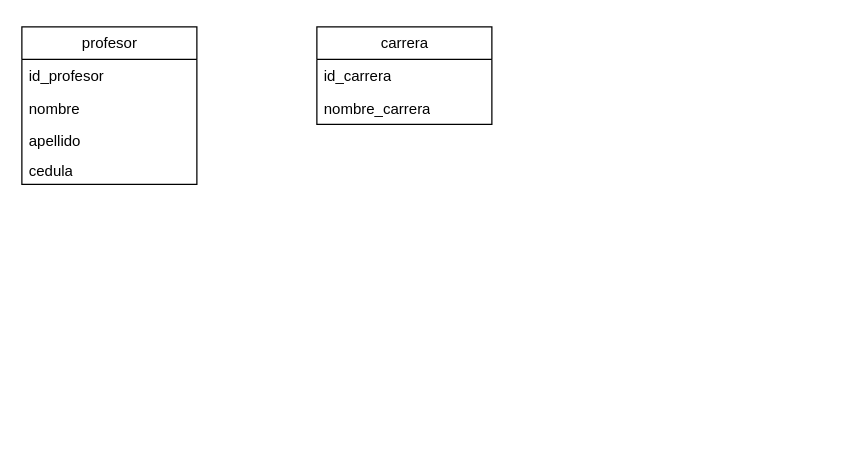
Earlier version of the draw.io diagram maquetado_de_base_datos.drawio (sewrgio/expres_projet). Source tidied: cells renumbered, new cells numbered last; positions are measured from the earlier drawing's top-left corner, leaving out a move shared by most shapes. Both pictures are drawn from the tidied source at 125%, with x=0, y=0 at pixel (21, 26).
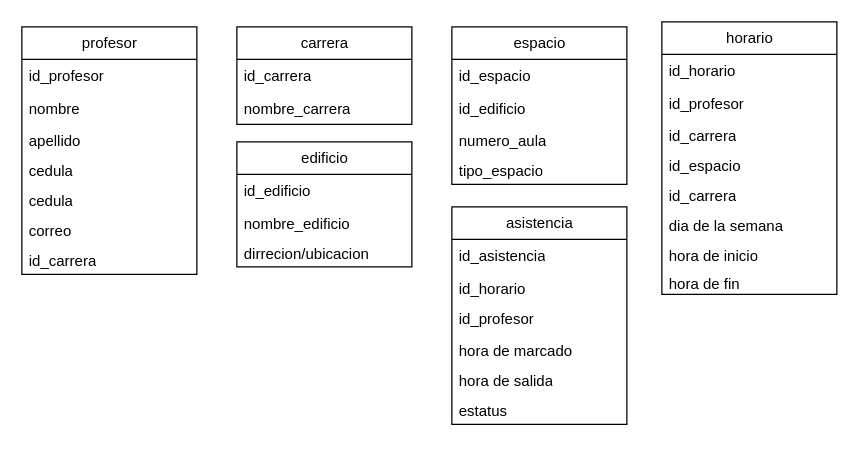
Above is the later version.

Commit message:
creacion de tablas espacios edificios carreras asistencia horario

Change to the diagram source:
```diff
@@
     <mxCell id="2" value="profesor" style="swimlane;fontStyle=0;horizontal=1;startSize=26;fillColor=none;html=1;" parent="1" vertex="1">
-      <mxGeometry width="140" height="126" as="geometry" />
+      <mxGeometry width="140" height="198" as="geometry" />
     </mxCell>
@@
+    <mxCell id="10" value="cedula" style="text;strokeColor=none;fillColor=none;align=left;verticalAlign=top;spacingLeft=4;spacingRight=4;overflow=hidden;whiteSpace=wrap;html=1;" parent="2" vertex="1">
+      <mxGeometry y="126" width="140" height="24" as="geometry" />
+    </mxCell>
+    <mxCell id="11" value="&lt;div&gt;correo&lt;/div&gt;" style="text;strokeColor=none;fillColor=none;align=left;verticalAlign=top;spacingLeft=4;spacingRight=4;overflow=hidden;whiteSpace=wrap;html=1;" parent="2" vertex="1">
+      <mxGeometry y="150" width="140" height="24" as="geometry" />
+    </mxCell>
+    <mxCell id="12" value="id_carrera" style="text;strokeColor=none;fillColor=none;align=left;verticalAlign=top;spacingLeft=4;spacingRight=4;overflow=hidden;whiteSpace=wrap;html=1;" parent="2" vertex="1">
+      <mxGeometry y="174" width="140" height="24" as="geometry" />
+    </mxCell>
     <mxCell id="7" value="carrera" style="swimlane;fontStyle=0;horizontal=1;startSize=26;fillColor=none;html=1;" parent="1" vertex="1">
-      <mxGeometry x="236" width="140" height="78" as="geometry" />
+      <mxGeometry x="172" width="140" height="78" as="geometry" />
     </mxCell>
@@
+    <mxCell id="13" value="espacio" style="swimlane;fontStyle=0;horizontal=1;startSize=26;fillColor=none;html=1;" parent="1" vertex="1">
+      <mxGeometry x="344" width="140" height="126" as="geometry" />
+    </mxCell>
+    <mxCell id="14" value="id_espacio" style="text;strokeColor=none;fillColor=none;align=left;verticalAlign=top;spacingLeft=4;spacingRight=4;overflow=hidden;whiteSpace=wrap;html=1;" parent="13" vertex="1">
+      <mxGeometry y="26" width="140" height="26" as="geometry" />
+    </mxCell>
+    <mxCell id="15" value="id_edificio" style="text;strokeColor=none;fillColor=none;align=left;verticalAlign=top;spacingLeft=4;spacingRight=4;overflow=hidden;whiteSpace=wrap;html=1;" parent="13" vertex="1">
+      <mxGeometry y="52" width="140" height="26" as="geometry" />
+    </mxCell>
+    <mxCell id="16" value="numero_aula" style="text;strokeColor=none;fillColor=none;align=left;verticalAlign=top;spacingLeft=4;spacingRight=4;overflow=hidden;whiteSpace=wrap;html=1;" parent="13" vertex="1">
+      <mxGeometry y="78" width="140" height="24" as="geometry" />
+    </mxCell>
+    <mxCell id="17" value="tipo_espacio" style="text;strokeColor=none;fillColor=none;align=left;verticalAlign=top;spacingLeft=4;spacingRight=4;overflow=hidden;whiteSpace=wrap;html=1;" parent="13" vertex="1">
+      <mxGeometry y="102" width="140" height="24" as="geometry" />
+    </mxCell>
+    <mxCell id="18" value="edificio" style="swimlane;fontStyle=0;horizontal=1;startSize=26;fillColor=none;html=1;" parent="1" vertex="1">
+      <mxGeometry x="172" y="92" width="140" height="100" as="geometry" />
+    </mxCell>
+    <mxCell id="19" value="id_edificio" style="text;strokeColor=none;fillColor=none;align=left;verticalAlign=top;spacingLeft=4;spacingRight=4;overflow=hidden;whiteSpace=wrap;html=1;" parent="18" vertex="1">
+      <mxGeometry y="26" width="140" height="26" as="geometry" />
+    </mxCell>
+    <mxCell id="20" value="nombre_edificio" style="text;strokeColor=none;fillColor=none;align=left;verticalAlign=top;spacingLeft=4;spacingRight=4;overflow=hidden;whiteSpace=wrap;html=1;" parent="18" vertex="1">
+      <mxGeometry y="52" width="140" height="24" as="geometry" />
+    </mxCell>
+    <mxCell id="21" value="dirrecion/ubicacion" style="text;strokeColor=none;fillColor=none;align=left;verticalAlign=top;spacingLeft=4;spacingRight=4;overflow=hidden;whiteSpace=wrap;html=1;" parent="18" vertex="1">
+      <mxGeometry y="76" width="140" height="24" as="geometry" />
+    </mxCell>
+    <mxCell id="22" value="horario" style="swimlane;fontStyle=0;horizontal=1;startSize=26;fillColor=none;html=1;" parent="1" vertex="1">
+      <mxGeometry x="512" y="-4" width="140" height="218" as="geometry" />
+    </mxCell>
+    <mxCell id="23" value="id_horario" style="text;strokeColor=none;fillColor=none;align=left;verticalAlign=top;spacingLeft=4;spacingRight=4;overflow=hidden;whiteSpace=wrap;html=1;" parent="22" vertex="1">
+      <mxGeometry y="26" width="140" height="26" as="geometry" />
+    </mxCell>
+    <mxCell id="24" value="&lt;span style=&quot;color: rgb(0, 0, 0);&quot;&gt;id_profesor&lt;/span&gt;" style="text;strokeColor=none;fillColor=none;align=left;verticalAlign=top;spacingLeft=4;spacingRight=4;overflow=hidden;whiteSpace=wrap;html=1;" parent="22" vertex="1">
+      <mxGeometry y="52" width="140" height="26" as="geometry" />
+    </mxCell>
+    <mxCell id="25" value="&lt;div&gt;&lt;span style=&quot;color: rgb(0, 0, 0);&quot;&gt;id_carrera&lt;/span&gt;&lt;/div&gt;" style="text;strokeColor=none;fillColor=none;align=left;verticalAlign=top;spacingLeft=4;spacingRight=4;overflow=hidden;whiteSpace=wrap;html=1;" parent="22" vertex="1">
+      <mxGeometry y="78" width="140" height="24" as="geometry" />
+    </mxCell>
+    <mxCell id="26" value="&lt;span style=&quot;color: rgb(0, 0, 0);&quot;&gt;id_espacio&lt;/span&gt;" style="text;strokeColor=none;fillColor=none;align=left;verticalAlign=top;spacingLeft=4;spacingRight=4;overflow=hidden;whiteSpace=wrap;html=1;" parent="22" vertex="1">
+      <mxGeometry y="102" width="140" height="24" as="geometry" />
+    </mxCell>
+    <mxCell id="27" value="id_carrera" style="text;strokeColor=none;fillColor=none;align=left;verticalAlign=top;spacingLeft=4;spacingRight=4;overflow=hidden;whiteSpace=wrap;html=1;" parent="22" vertex="1">
+      <mxGeometry y="126" width="140" height="24" as="geometry" />
+    </mxCell>
+    <mxCell id="28" value="dia de la semana&amp;nbsp;" style="text;strokeColor=none;fillColor=none;align=left;verticalAlign=top;spacingLeft=4;spacingRight=4;overflow=hidden;whiteSpace=wrap;html=1;" parent="22" vertex="1">
+      <mxGeometry y="150" width="140" height="24" as="geometry" />
+    </mxCell>
+    <mxCell id="29" value="hora de inicio" style="text;strokeColor=none;fillColor=none;align=left;verticalAlign=top;spacingLeft=4;spacingRight=4;overflow=hidden;whiteSpace=wrap;html=1;" parent="22" vertex="1">
+      <mxGeometry y="174" width="140" height="22" as="geometry" />
+    </mxCell>
+    <mxCell id="30" value="hora de fin" style="text;strokeColor=none;fillColor=none;align=left;verticalAlign=top;spacingLeft=4;spacingRight=4;overflow=hidden;whiteSpace=wrap;html=1;" parent="22" vertex="1">
+      <mxGeometry y="196" width="140" height="22" as="geometry" />
+    </mxCell>
+    <mxCell id="31" value="asistencia" style="swimlane;fontStyle=0;horizontal=1;startSize=26;fillColor=none;html=1;" parent="1" vertex="1">
+      <mxGeometry x="344" y="144" width="140" height="174" as="geometry" />
+    </mxCell>
+    <mxCell id="32" value="id_asistencia" style="text;strokeColor=none;fillColor=none;align=left;verticalAlign=top;spacingLeft=4;spacingRight=4;overflow=hidden;whiteSpace=wrap;html=1;" parent="31" vertex="1">
+      <mxGeometry y="26" width="140" height="26" as="geometry" />
+    </mxCell>
+    <mxCell id="33" value="&lt;div&gt;&lt;span style=&quot;color: rgb(0, 0, 0);&quot;&gt;id_horario&lt;/span&gt;&lt;/div&gt;" style="text;strokeColor=none;fillColor=none;align=left;verticalAlign=top;spacingLeft=4;spacingRight=4;overflow=hidden;whiteSpace=wrap;html=1;" parent="31" vertex="1">
+      <mxGeometry y="52" width="140" height="24" as="geometry" />
+    </mxCell>
+    <mxCell id="34" value="&lt;span style=&quot;color: rgb(0, 0, 0);&quot;&gt;id_profesor&lt;/span&gt;" style="text;strokeColor=none;fillColor=none;align=left;verticalAlign=top;spacingLeft=4;spacingRight=4;overflow=hidden;whiteSpace=wrap;html=1;" parent="31" vertex="1">
+      <mxGeometry y="76" width="140" height="26" as="geometry" />
+    </mxCell>
+    <mxCell id="35" value="hora de marcado" style="text;strokeColor=none;fillColor=none;align=left;verticalAlign=top;spacingLeft=4;spacingRight=4;overflow=hidden;whiteSpace=wrap;html=1;" parent="31" vertex="1">
+      <mxGeometry y="102" width="140" height="24" as="geometry" />
+    </mxCell>
+    <mxCell id="36" value="hora de salida" style="text;strokeColor=none;fillColor=none;align=left;verticalAlign=top;spacingLeft=4;spacingRight=4;overflow=hidden;whiteSpace=wrap;html=1;" parent="31" vertex="1">
+      <mxGeometry y="126" width="140" height="24" as="geometry" />
+    </mxCell>
+    <mxCell id="37" value="estatus" style="text;strokeColor=none;fillColor=none;align=left;verticalAlign=top;spacingLeft=4;spacingRight=4;overflow=hidden;whiteSpace=wrap;html=1;" parent="31" vertex="1">
+      <mxGeometry y="150" width="140" height="24" as="geometry" />
+    </mxCell>
```
